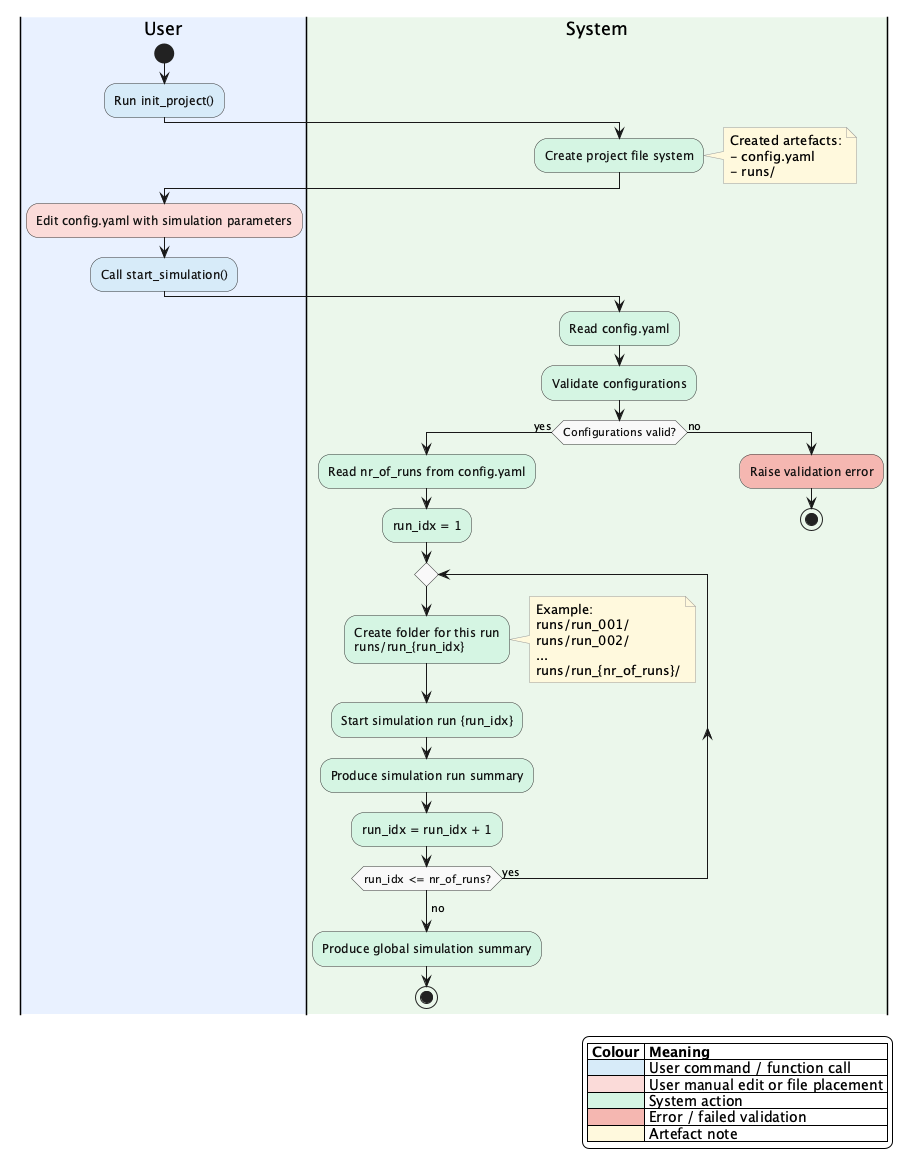
Before: docs/activity.png, a diagram exported from PlantUML (GuilhermeCosta-Ferreira/Simulator).
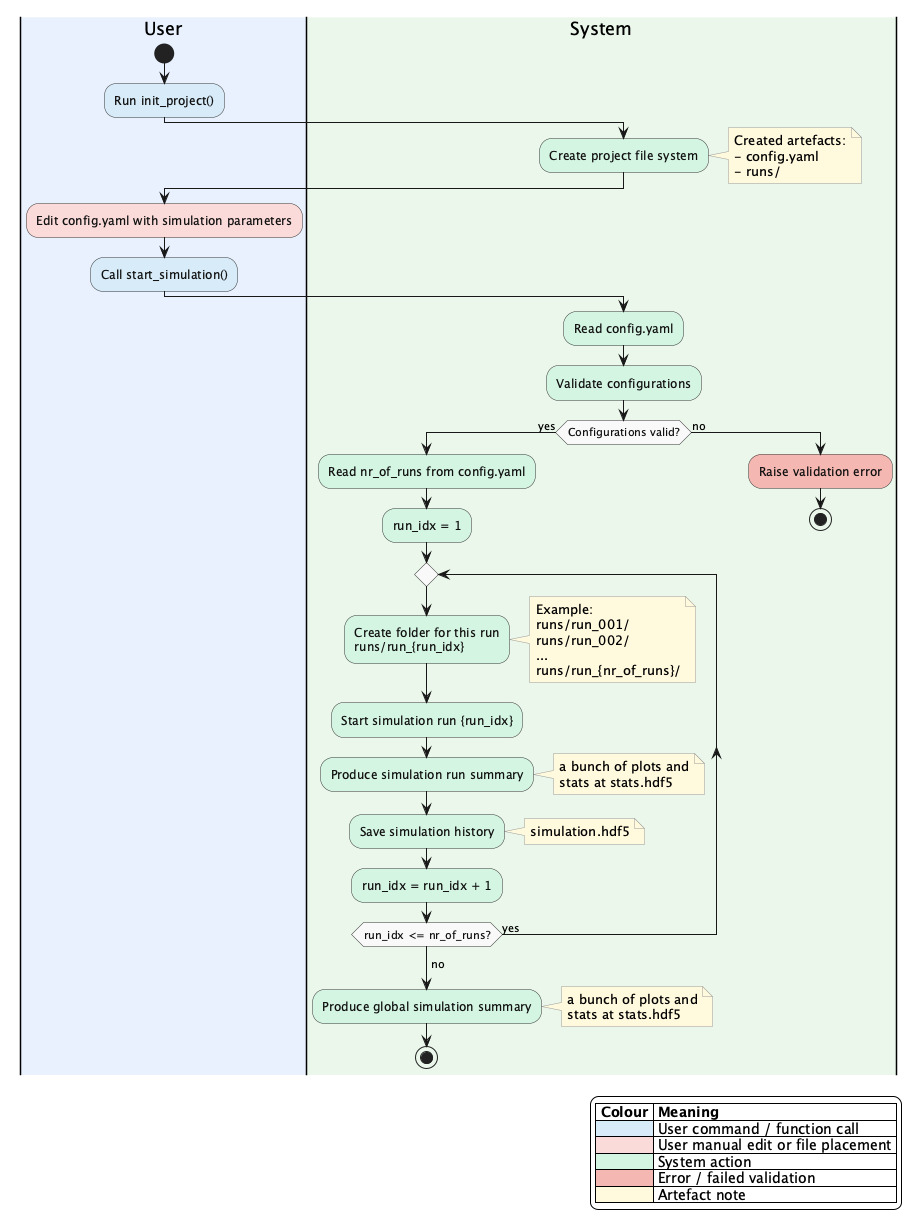
Above is the later version.

Diff of the diagram source:
```diff
@@ -60,12 +60,29 @@
         :Start simulation run {run_idx}; <<#D5F5E3>>
         :Produce simulation run summary; <<#D5F5E3>>
 
+        note right
+        a bunch of plots and
+        stats at stats.hdf5
+        end note
+
+        :Save simulation history; <<#D5F5E3>>
+
+        note right
+        simulation.hdf5
+        end note
+
         :run_idx = run_idx + 1; <<#D5F5E3>>
 
     repeat while (run_idx <= nr_of_runs?) is (yes)
     -> no;
 
     :Produce global simulation summary; <<#D5F5E3>>
+
+    note right
+    a bunch of plots and
+    stats at stats.hdf5
+    end note
+
     stop
 
 else (no)
```
